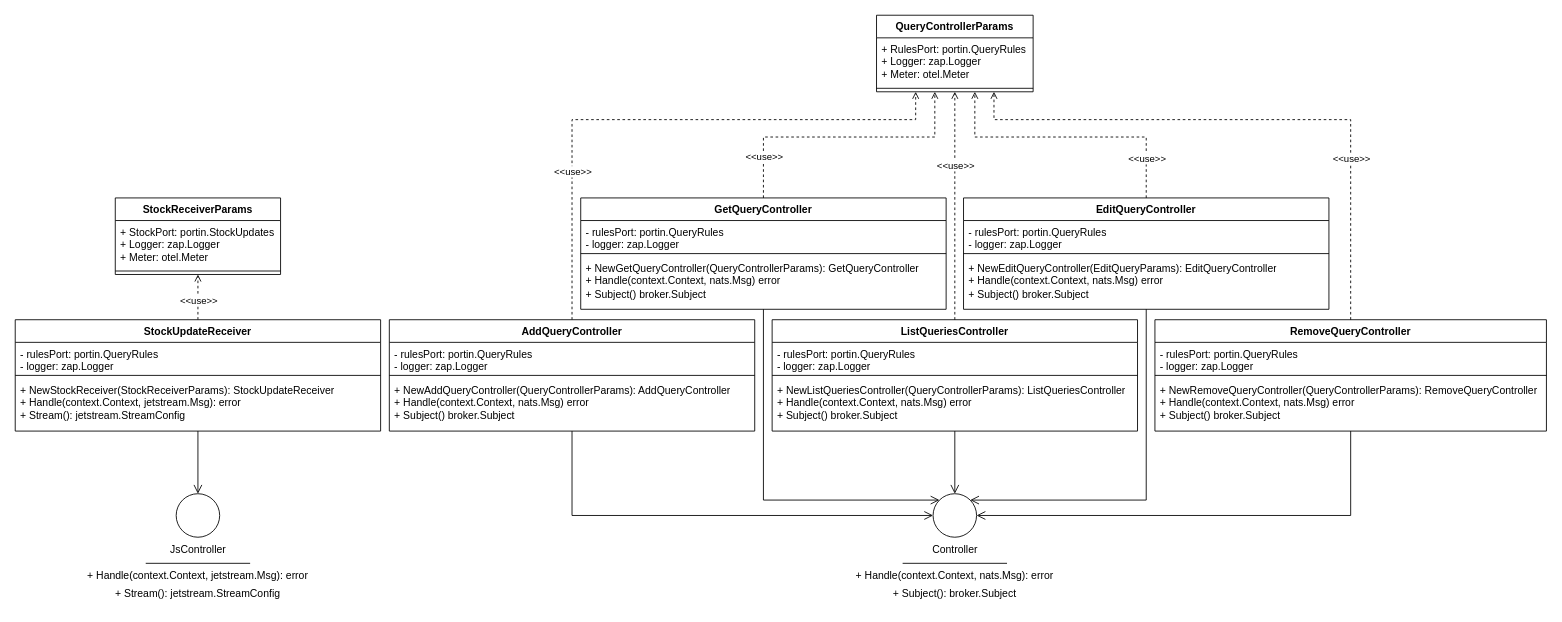
Earlier version of the draw.io diagram page "adapterin" (1 of 4) of assets/drawio/notification.drawio (alimitedgroup/alimitedgroup.github.io). Source tidied: cells renumbered, new cells numbered last; positions are measured from the earlier drawing's top-left corner, leaving out a move shared by most shapes. Both pictures are drawn from the tidied source at 87%, with x=0, y=0 at pixel (15, 15).
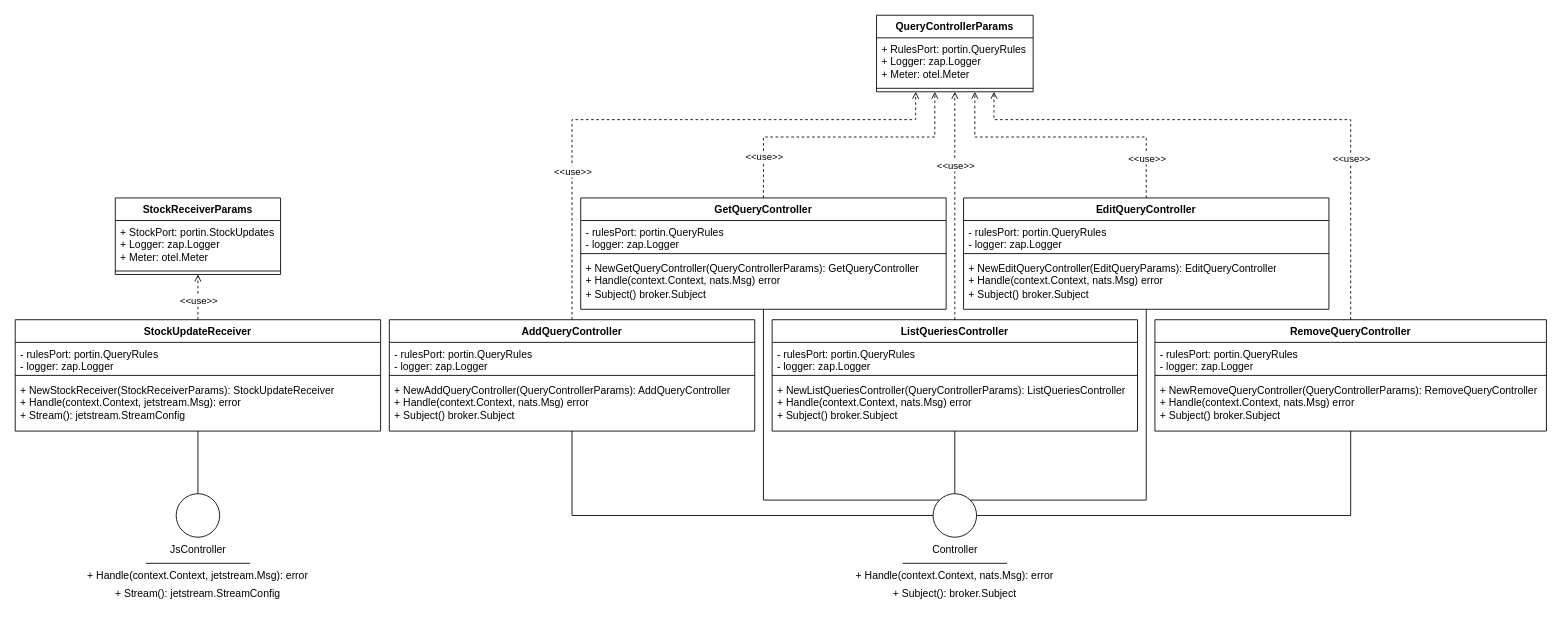
The same diagram, later.

Unchanged cells that the change refers to:
```xml
<mxCell id="2" style="ellipse;whiteSpace=wrap;html=1;" parent="1" vertex="1">
  <mxGeometry x="1055" y="550" width="50" height="50" as="geometry" />
</mxCell>
<mxCell id="10" value="EditQueryController" style="swimlane;fontStyle=1;align=center;verticalAlign=top;horizontal=1;startSize=26;whiteSpace=wrap;html=1;" parent="1" vertex="1">
  <mxGeometry x="1090" y="210" width="420" height="128" as="geometry" />
</mxCell>
<mxCell id="20" value="AddQueryController" style="swimlane;fontStyle=1;align=center;verticalAlign=top;horizontal=1;startSize=26;whiteSpace=wrap;html=1;" parent="1" vertex="1">
  <mxGeometry x="430" y="350" width="420" height="128" as="geometry" />
</mxCell>
<mxCell id="27" value="GetQueryController" style="swimlane;fontStyle=1;align=center;verticalAlign=top;horizontal=1;startSize=26;whiteSpace=wrap;html=1;" parent="1" vertex="1">
  <mxGeometry x="650" y="210" width="420" height="128" as="geometry" />
</mxCell>
<mxCell id="32" value="ListQueriesController" style="swimlane;fontStyle=1;align=center;verticalAlign=top;horizontal=1;startSize=26;whiteSpace=wrap;html=1;" parent="1" vertex="1">
  <mxGeometry x="870" y="350" width="420" height="128" as="geometry" />
</mxCell>
<mxCell id="39" value="RemoveQueryController" style="swimlane;fontStyle=1;align=center;verticalAlign=top;horizontal=1;startSize=26;whiteSpace=wrap;html=1;" parent="1" vertex="1">
  <mxGeometry x="1310" y="350" width="450" height="128" as="geometry" />
</mxCell>
<mxCell id="52" value="StockUpdateReceiver" style="swimlane;fontStyle=1;align=center;verticalAlign=top;horizontal=1;startSize=26;whiteSpace=wrap;html=1;" parent="1" vertex="1">
  <mxGeometry y="350" width="420" height="128" as="geometry" />
</mxCell>
<mxCell id="56" style="ellipse;whiteSpace=wrap;html=1;fontFamily=Helvetica;fontSize=11;fontColor=default;labelBackgroundColor=default;" parent="1" vertex="1">
  <mxGeometry x="185" y="550" width="50" height="50" as="geometry" />
</mxCell>
```

The edit, as a diff of the source:
```diff
@@
-    <mxCell id="9" style="edgeStyle=orthogonalEdgeStyle;shape=connector;rounded=0;jettySize=auto;html=1;entryX=1;entryY=0;entryDx=0;entryDy=0;strokeColor=default;align=center;verticalAlign=middle;fontFamily=Helvetica;fontSize=11;fontColor=default;labelBackgroundColor=default;endArrow=open;endFill=0;endSize=8;" parent="1" edge="1" source="10" target="2">
+    <mxCell id="9" style="edgeStyle=orthogonalEdgeStyle;shape=connector;rounded=0;jettySize=auto;html=1;entryX=1;entryY=0;entryDx=0;entryDy=0;strokeColor=default;align=center;verticalAlign=middle;fontFamily=Helvetica;fontSize=11;fontColor=default;labelBackgroundColor=default;endArrow=none;endFill=0;endSize=8;startFill=0;" parent="1" edge="1" source="10" target="2">
       <mxGeometry relative="1" as="geometry">
         <Array as="points">
           <mxPoint x="1300" y="557" />
         </Array>
       </mxGeometry>
     </mxCell>
@@
-    <mxCell id="19" style="edgeStyle=orthogonalEdgeStyle;shape=connector;rounded=0;jettySize=auto;html=1;entryX=0;entryY=0.5;entryDx=0;entryDy=0;strokeColor=default;align=center;verticalAlign=middle;fontFamily=Helvetica;fontSize=11;fontColor=default;labelBackgroundColor=default;endArrow=open;endFill=0;endSize=8;" parent="1" edge="1" source="20" target="2">
+    <mxCell id="19" style="edgeStyle=orthogonalEdgeStyle;shape=connector;rounded=0;jettySize=auto;html=1;entryX=0;entryY=0.5;entryDx=0;entryDy=0;strokeColor=default;align=center;verticalAlign=middle;fontFamily=Helvetica;fontSize=11;fontColor=default;labelBackgroundColor=default;endArrow=none;endFill=0;endSize=8;startFill=0;" parent="1" edge="1" source="20" target="2">
       <mxGeometry relative="1" as="geometry">
         <Array as="points">
           <mxPoint x="640" y="575" />
         </Array>
       </mxGeometry>
     </mxCell>
@@
-    <mxCell id="26" style="edgeStyle=orthogonalEdgeStyle;shape=connector;rounded=0;jettySize=auto;html=1;entryX=0;entryY=0;entryDx=0;entryDy=0;strokeColor=default;align=center;verticalAlign=middle;fontFamily=Helvetica;fontSize=11;fontColor=default;labelBackgroundColor=default;endArrow=open;endFill=0;endSize=8;" parent="1" edge="1" source="27" target="2">
+    <mxCell id="26" style="edgeStyle=orthogonalEdgeStyle;shape=connector;rounded=0;jettySize=auto;html=1;entryX=0;entryY=0;entryDx=0;entryDy=0;strokeColor=default;align=center;verticalAlign=middle;fontFamily=Helvetica;fontSize=11;fontColor=default;labelBackgroundColor=default;endArrow=none;endFill=0;endSize=8;startFill=0;" parent="1" edge="1" source="27" target="2">
       <mxGeometry relative="1" as="geometry">
         <Array as="points">
           <mxPoint x="860" y="557" />
         </Array>
       </mxGeometry>
     </mxCell>
@@
-    <mxCell id="31" style="edgeStyle=orthogonalEdgeStyle;shape=connector;rounded=0;jettySize=auto;html=1;entryX=0.5;entryY=0;entryDx=0;entryDy=0;strokeColor=default;align=center;verticalAlign=middle;fontFamily=Helvetica;fontSize=11;fontColor=default;labelBackgroundColor=default;endArrow=open;endFill=0;endSize=8;" parent="1" edge="1" source="32" target="2">
+    <mxCell id="31" style="edgeStyle=orthogonalEdgeStyle;shape=connector;rounded=0;jettySize=auto;html=1;entryX=0.5;entryY=0;entryDx=0;entryDy=0;strokeColor=default;align=center;verticalAlign=middle;fontFamily=Helvetica;fontSize=11;fontColor=default;labelBackgroundColor=default;endArrow=none;endFill=0;endSize=8;startFill=0;" parent="1" edge="1" source="32" target="2">
       <mxGeometry relative="1" as="geometry" />
     </mxCell>
@@
-    <mxCell id="38" style="edgeStyle=orthogonalEdgeStyle;shape=connector;rounded=0;jettySize=auto;html=1;entryX=1;entryY=0.5;entryDx=0;entryDy=0;strokeColor=default;align=center;verticalAlign=middle;fontFamily=Helvetica;fontSize=11;fontColor=default;labelBackgroundColor=default;endArrow=open;endFill=0;endSize=8;" parent="1" edge="1" source="39" target="2">
+    <mxCell id="38" style="edgeStyle=orthogonalEdgeStyle;shape=connector;rounded=0;jettySize=auto;html=1;entryX=1;entryY=0.5;entryDx=0;entryDy=0;strokeColor=default;align=center;verticalAlign=middle;fontFamily=Helvetica;fontSize=11;fontColor=default;labelBackgroundColor=default;endArrow=none;endFill=0;endSize=8;startFill=0;" parent="1" edge="1" source="39" target="2">
       <mxGeometry relative="1" as="geometry">
         <Array as="points">
           <mxPoint x="1535" y="575" />
         </Array>
       </mxGeometry>
     </mxCell>
@@
-    <mxCell id="49" style="edgeStyle=orthogonalEdgeStyle;shape=connector;rounded=0;jettySize=auto;html=1;strokeColor=default;align=center;verticalAlign=middle;fontFamily=Helvetica;fontSize=11;fontColor=default;labelBackgroundColor=default;endArrow=open;endFill=0;endSize=8;" parent="1" edge="1" source="52" target="56">
+    <mxCell id="49" style="edgeStyle=orthogonalEdgeStyle;shape=connector;rounded=0;jettySize=auto;html=1;strokeColor=default;align=center;verticalAlign=middle;fontFamily=Helvetica;fontSize=11;fontColor=default;labelBackgroundColor=default;endArrow=none;endFill=0;endSize=8;startFill=0;" parent="1" edge="1" source="52" target="56">
       <mxGeometry relative="1" as="geometry" />
     </mxCell>
```
